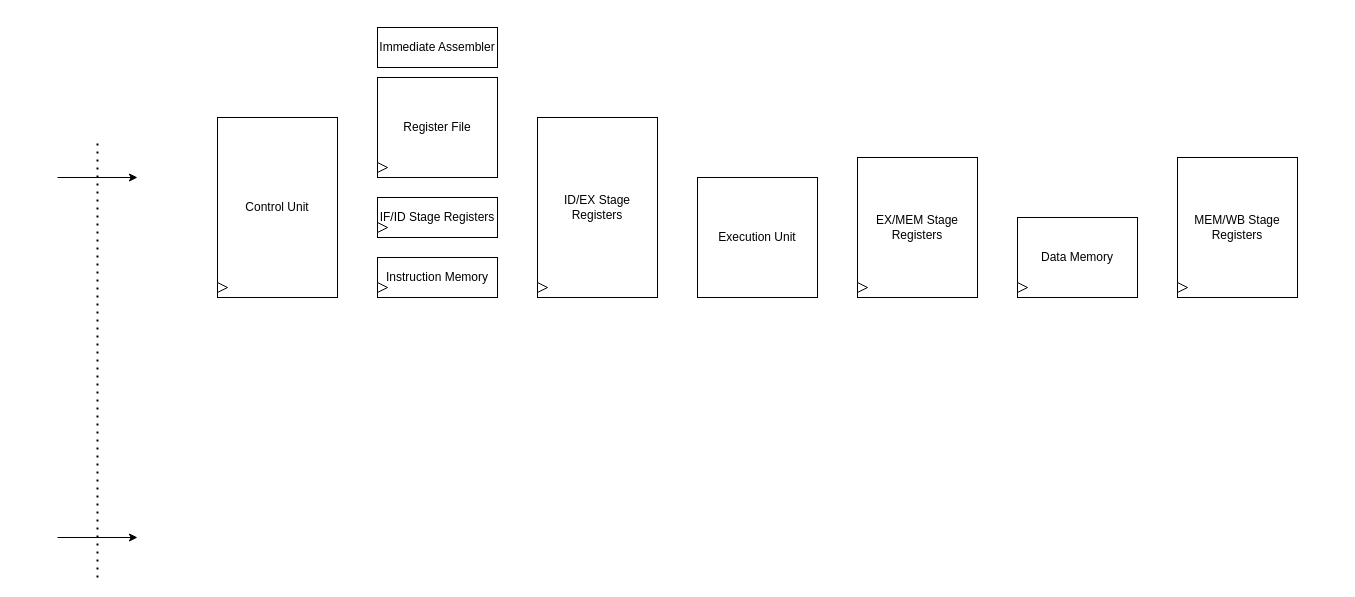
Before: page "Processor" (1 of 9) of docs/imgs/hardware_design/Component.drawio in WachirawichN/C0-CPU, a draw.io diagram. Source tidied: cells renumbered, new cells numbered last; positions are measured from the earlier drawing's top-left corner, leaving out a move shared by most shapes. Both pictures are drawn from the tidied source at 100%, with x=0, y=0 at pixel (57, 27).
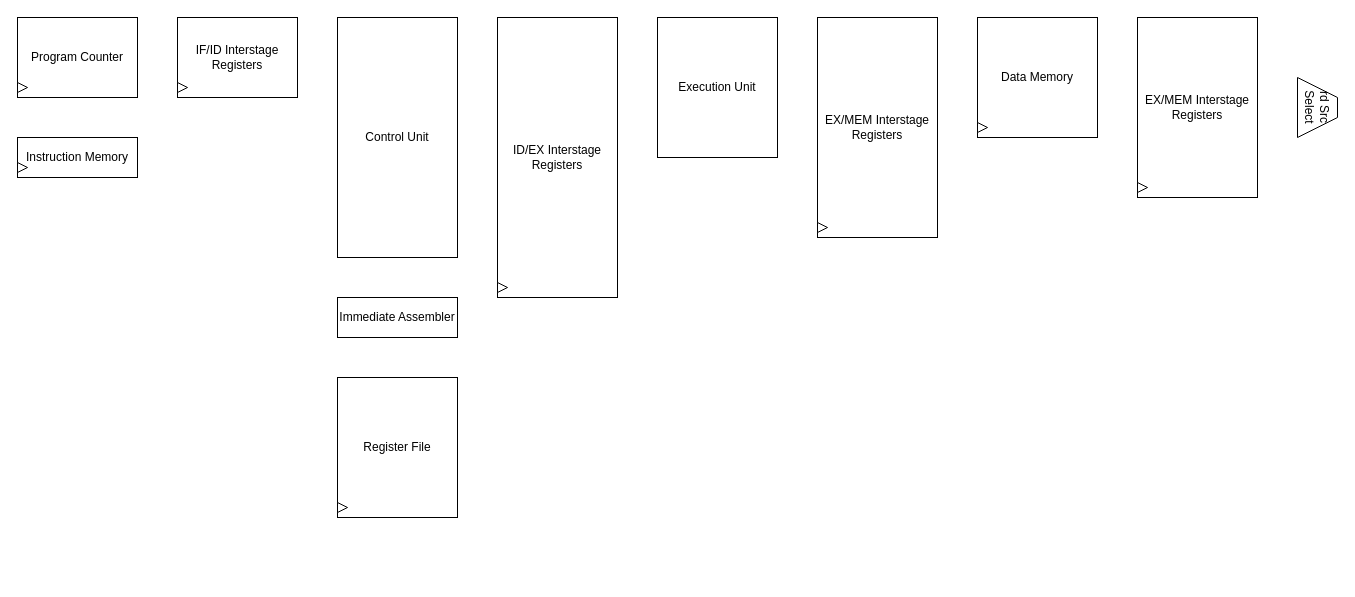
The same page after the edit.

Commit message (it also covers changes not shown here):
Remove duplicate interstage register descriptions.

Almost finish the entire processor diagram.

Diff of the diagram source:
```diff
@@
+    <mxCell id="31" style="group;" parent="1" vertex="1">
+      <mxGeometry x="-40" y="-10" width="120" height="80" as="geometry" />
+    </mxCell>
+    <mxCell id="32" value="Program Counter" style="rounded=0;whiteSpace=wrap;html=1;" parent="31" vertex="1">
+      <mxGeometry width="120" height="80" as="geometry" />
+    </mxCell>
+    <mxCell id="33" style="triangle;whiteSpace=wrap;html=1;shapeInside=1;" parent="31" vertex="1">
+      <mxGeometry y="65" width="10" height="10" as="geometry" />
+    </mxCell>
+    <mxCell id="34" style="group;" parent="1" vertex="1">
+      <mxGeometry x="120" y="-10" width="120" height="80" as="geometry" />
+    </mxCell>
+    <mxCell id="35" value="IF/ID Interstage Registers" style="rounded=0;whiteSpace=wrap;html=1;" parent="34" vertex="1">
+      <mxGeometry width="120" height="80" as="geometry" />
+    </mxCell>
+    <mxCell id="36" style="triangle;whiteSpace=wrap;html=1;shapeInside=1;" parent="34" vertex="1">
+      <mxGeometry y="65" width="10" height="10" as="geometry" />
+    </mxCell>
+    <mxCell id="13" value="Control Unit" style="rounded=0;whiteSpace=wrap;html=1;" parent="1" vertex="1">
+      <mxGeometry x="280" y="-10" width="120" height="240" as="geometry" />
+    </mxCell>
     <mxCell id="2" value="Immediate Assembler" style="rounded=0;whiteSpace=wrap;html=1;" parent="1" vertex="1">
-      <mxGeometry x="320" width="120" height="40" as="geometry" />
+      <mxGeometry x="280" y="270" width="120" height="40" as="geometry" />
     </mxCell>
-    <mxCell id="3" style="endArrow=none;dashed=1;html=1;dashPattern=1 3;strokeWidth=2;rounded=0;" parent="1" edge="1">
-      <mxGeometry relative="1" as="geometry">
-        <mxPoint x="40" y="550" as="sourcePoint" />
-        <mxPoint x="40" y="110" as="targetPoint" />
-      </mxGeometry>
-    </mxCell>
-    <mxCell id="4" style="endArrow=classic;html=1;rounded=0;" parent="1" edge="1">
-      <mxGeometry relative="1" as="geometry">
-        <mxPoint y="150" as="sourcePoint" />
-        <mxPoint x="80" y="150" as="targetPoint" />
-      </mxGeometry>
-    </mxCell>
-    <mxCell id="5" style="group;" parent="1" vertex="1">
-      <mxGeometry x="320" y="50" width="120" height="100" as="geometry" />
-    </mxCell>
+    <mxCell id="37" style="group;" parent="1" vertex="1">
+      <mxGeometry x="-40" y="110" width="120" height="40" as="geometry" />
+    </mxCell>
+    <mxCell id="29" value="Instruction Memory" style="rounded=0;whiteSpace=wrap;html=1;" parent="37" vertex="1">
+      <mxGeometry width="120" height="40" as="geometry" />
+    </mxCell>
+    <mxCell id="38" style="triangle;whiteSpace=wrap;html=1;shapeInside=1;" parent="37" vertex="1">
+      <mxGeometry y="25" width="10" height="10" as="geometry" />
+    </mxCell>
+    <mxCell id="39" style="group;" parent="1" vertex="1">
+      <mxGeometry x="280" y="350" width="120" height="140" as="geometry" />
+    </mxCell>
-    <mxCell id="6" value="Register File" style="rounded=0;whiteSpace=wrap;html=1;" parent="5" vertex="1">
-      <mxGeometry width="120" height="100" as="geometry" />
+    <mxCell id="6" value="Register File" style="rounded=0;whiteSpace=wrap;html=1;" parent="39" vertex="1">
+      <mxGeometry width="120" height="140" as="geometry" />
     </mxCell>
-    <mxCell id="7" style="triangle;whiteSpace=wrap;html=1;shapeInside=1;" parent="5" vertex="1">
-      <mxGeometry y="85" width="10" height="10" as="geometry" />
-    </mxCell>
-    <mxCell id="8" style="group;" parent="1" vertex="1">
-      <mxGeometry x="960" y="190" width="120" height="80" as="geometry" />
-    </mxCell>
+    <mxCell id="40" style="triangle;whiteSpace=wrap;html=1;shapeInside=1;" parent="39" vertex="1">
+      <mxGeometry y="125" width="10" height="10" as="geometry" />
+    </mxCell>
+    <mxCell id="11" value="Execution Unit" style="rounded=0;whiteSpace=wrap;html=1;" parent="1" vertex="1">
+      <mxGeometry x="600" y="-10" width="120" height="140" as="geometry" />
+    </mxCell>
+    <mxCell id="41" style="group;" parent="1" vertex="1">
+      <mxGeometry x="440" y="-10" width="120" height="280" as="geometry" />
+    </mxCell>
+    <mxCell id="42" value="ID/EX Interstage Registers" style="rounded=0;whiteSpace=wrap;html=1;" parent="41" vertex="1">
+      <mxGeometry width="120" height="280" as="geometry" />
+    </mxCell>
+    <mxCell id="43" style="triangle;whiteSpace=wrap;html=1;shapeInside=1;" parent="41" vertex="1">
+      <mxGeometry y="265" width="10" height="10" as="geometry" />
+    </mxCell>
+    <mxCell id="44" style="group;" parent="1" vertex="1">
+      <mxGeometry x="760" y="-10" width="120" height="220" as="geometry" />
+    </mxCell>
+    <mxCell id="45" value="EX/MEM Interstage Registers" style="rounded=0;whiteSpace=wrap;html=1;" parent="44" vertex="1">
+      <mxGeometry width="120" height="220" as="geometry" />
+    </mxCell>
+    <mxCell id="46" style="triangle;whiteSpace=wrap;html=1;shapeInside=1;" parent="44" vertex="1">
+      <mxGeometry y="205" width="10" height="10" as="geometry" />
+    </mxCell>
+    <mxCell id="47" style="group;" parent="1" vertex="1">
+      <mxGeometry x="920" y="-10" width="120" height="120" as="geometry" />
+    </mxCell>
-    <mxCell id="9" value="Data Memory" style="rounded=0;whiteSpace=wrap;html=1;" parent="8" vertex="1">
-      <mxGeometry width="120" height="80" as="geometry" />
+    <mxCell id="9" value="Data Memory" style="rounded=0;whiteSpace=wrap;html=1;" parent="47" vertex="1">
+      <mxGeometry width="120" height="120" as="geometry" />
     </mxCell>
-    <mxCell id="10" style="triangle;whiteSpace=wrap;html=1;shapeInside=1;" parent="8" vertex="1">
-      <mxGeometry y="65" width="10" height="10" as="geometry" />
-    </mxCell>
-    <mxCell id="11" value="Execution Unit" style="rounded=0;whiteSpace=wrap;html=1;" parent="1" vertex="1">
-      <mxGeometry x="640" y="150" width="120" height="120" as="geometry" />
-    </mxCell>
-    <mxCell id="12" style="group;" parent="1" vertex="1">
-      <mxGeometry x="160" y="90" width="120" height="180" as="geometry" />
-    </mxCell>
-    <mxCell id="13" value="Control Unit" style="rounded=0;whiteSpace=wrap;html=1;" parent="12" vertex="1">
-      <mxGeometry width="120" height="180" as="geometry" />
-    </mxCell>
-    <mxCell id="14" style="triangle;whiteSpace=wrap;html=1;shapeInside=1;" parent="12" vertex="1">
-      <mxGeometry y="165" width="10" height="10" as="geometry" />
-    </mxCell>
-    <mxCell id="15" style="endArrow=classic;html=1;rounded=0;" parent="1" edge="1">
-      <mxGeometry relative="1" as="geometry">
-        <mxPoint y="510" as="sourcePoint" />
-        <mxPoint x="80" y="510" as="targetPoint" />
-      </mxGeometry>
-    </mxCell>
-    <mxCell id="16" style="group;" parent="1" vertex="1">
-      <mxGeometry x="480" y="90" width="120" height="180" as="geometry" />
-    </mxCell>
-    <mxCell id="17" value="ID/EX Stage Registers" style="rounded=0;whiteSpace=wrap;html=1;" parent="16" vertex="1">
-      <mxGeometry width="120" height="180" as="geometry" />
-    </mxCell>
-    <mxCell id="18" style="triangle;whiteSpace=wrap;html=1;shapeInside=1;" parent="16" vertex="1">
-      <mxGeometry y="165" width="10" height="10" as="geometry" />
-    </mxCell>
-    <mxCell id="19" style="group;" parent="1" vertex="1">
-      <mxGeometry x="800" y="130" width="120" height="140" as="geometry" />
-    </mxCell>
-    <mxCell id="20" value="EX/MEM Stage Registers" style="rounded=0;whiteSpace=wrap;html=1;" parent="19" vertex="1">
-      <mxGeometry width="120" height="140" as="geometry" />
-    </mxCell>
-    <mxCell id="21" style="triangle;whiteSpace=wrap;html=1;shapeInside=1;" parent="19" vertex="1">
-      <mxGeometry y="125" width="10" height="10" as="geometry" />
-    </mxCell>
-    <mxCell id="22" style="group;" parent="1" vertex="1">
-      <mxGeometry x="1120" y="130" width="120" height="140" as="geometry" />
-    </mxCell>
-    <mxCell id="23" value="MEM/WB Stage Registers" style="rounded=0;whiteSpace=wrap;html=1;" parent="22" vertex="1">
-      <mxGeometry width="120" height="140" as="geometry" />
-    </mxCell>
-    <mxCell id="24" style="triangle;whiteSpace=wrap;html=1;shapeInside=1;" parent="22" vertex="1">
-      <mxGeometry y="125" width="10" height="10" as="geometry" />
-    </mxCell>
-    <mxCell id="25" style="group;" parent="1" vertex="1">
-      <mxGeometry x="320" y="170" width="120" height="40" as="geometry" />
-    </mxCell>
-    <mxCell id="26" value="IF/ID Stage Registers" style="rounded=0;whiteSpace=wrap;html=1;" parent="25" vertex="1">
-      <mxGeometry width="120" height="40" as="geometry" />
-    </mxCell>
-    <mxCell id="27" style="triangle;whiteSpace=wrap;html=1;shapeInside=1;" parent="25" vertex="1">
-      <mxGeometry y="25" width="10" height="10" as="geometry" />
-    </mxCell>
-    <mxCell id="28" style="group;" parent="1" vertex="1">
-      <mxGeometry x="320" y="230" width="120" height="40" as="geometry" />
-    </mxCell>
-    <mxCell id="29" value="Instruction Memory" style="rounded=0;whiteSpace=wrap;html=1;" parent="28" vertex="1">
-      <mxGeometry width="120" height="40" as="geometry" />
-    </mxCell>
-    <mxCell id="30" style="triangle;whiteSpace=wrap;html=1;shapeInside=1;" parent="28" vertex="1">
-      <mxGeometry y="25" width="10" height="10" as="geometry" />
-    </mxCell>
+    <mxCell id="48" style="triangle;whiteSpace=wrap;html=1;shapeInside=1;" parent="47" vertex="1">
+      <mxGeometry y="105" width="10" height="10" as="geometry" />
+    </mxCell>
+    <mxCell id="49" style="group;" parent="1" vertex="1">
+      <mxGeometry x="1080" y="-10" width="120" height="180" as="geometry" />
+    </mxCell>
+    <mxCell id="50" value="EX/MEM Interstage Registers" style="rounded=0;whiteSpace=wrap;html=1;" parent="49" vertex="1">
+      <mxGeometry width="120" height="180" as="geometry" />
+    </mxCell>
+    <mxCell id="51" style="triangle;whiteSpace=wrap;html=1;shapeInside=1;" parent="49" vertex="1">
+      <mxGeometry y="165" width="10" height="10" as="geometry" />
+    </mxCell>
+    <mxCell id="52" value="rd Src Select" style="shape=trapezoid;perimeter=trapezoidPerimeter;whiteSpace=wrap;html=1;shapeInside=1;fixedSize=1;rotation=90;" parent="1" vertex="1">
+      <mxGeometry x="1230" y="60" width="60" height="40" as="geometry" />
+    </mxCell>
```
